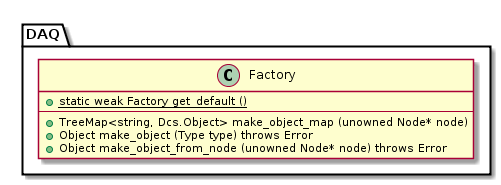
Before: report/figures/design/class/daq/factory.png, a diagram exported from PlantUML (geoffjay/comp8506-docs).
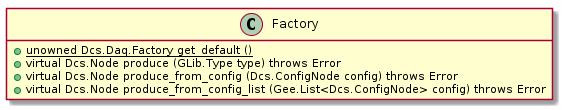
Later version of the same file.

Change to the diagram source:
```diff
@@ -1,9 +1,12 @@
 @startuml
-class DAQ.Factory {
-    +{static}static weak Factory get_default ()
-    ----
-    +TreeMap<string, Dcs.Object> make_object_map (unowned Node* node)
-    +Object make_object (Type type) throws Error
-    +Object make_object_from_node (unowned Node* node) throws Error
+
+hide class fields
+
+class Factory {
+    +{static} unowned Dcs.Daq.Factory get_default ()
+    +virtual Dcs.Node produce (GLib.Type type) throws Error
+    +virtual Dcs.Node produce_from_config (Dcs.ConfigNode config) throws Error
+    +virtual Dcs.Node produce_from_config_list (Gee.List<Dcs.ConfigNode> config) throws Error
 }
+
 @enduml
```
